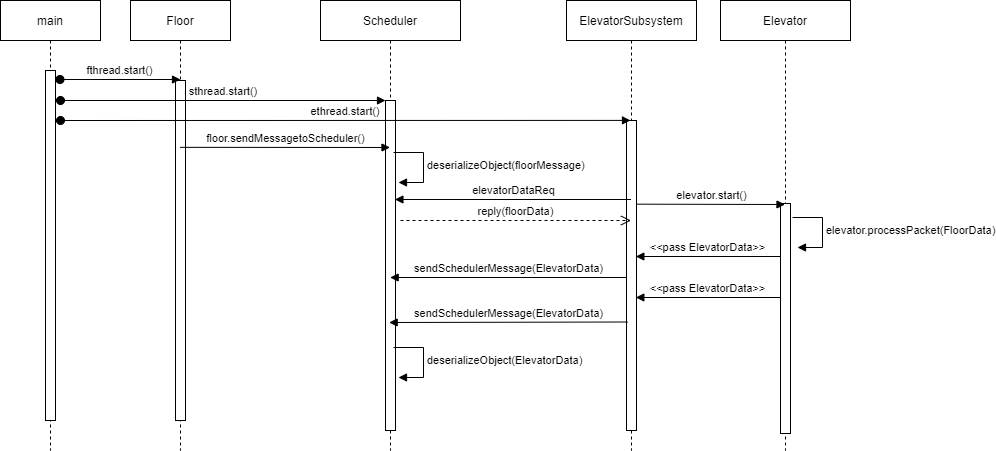
This is diagrams/Iteration3Sequence.png from slukic0/elevator, a draw.io export, as it was before one commit. Source tidied: cells renumbered, new cells last; positions are measured from the earlier drawing's top-left corner, leaving out a move shared by most shapes. Source of this version:
```xml
<mxGraphModel>
  <root>
    <mxCell id="0" />
    <mxCell id="1" parent="0" />
    <mxCell id="2" value="Floor" style="shape=umlLifeline;perimeter=lifelinePerimeter;rounded=0;shadow=0;strokeWidth=1;" parent="1" vertex="1">
      <mxGeometry x="130" width="100" height="450" as="geometry" />
    </mxCell>
    <mxCell id="3" style="perimeter=orthogonalPerimeter;rounded=0;shadow=0;strokeWidth=1;" parent="2" vertex="1">
      <mxGeometry x="45" y="80" width="10" height="340" as="geometry" />
    </mxCell>
    <mxCell id="4" value="ElevatorSubsystem" style="shape=umlLifeline;perimeter=lifelinePerimeter;rounded=0;shadow=0;strokeWidth=1;" parent="1" vertex="1">
      <mxGeometry x="566" width="130" height="450" as="geometry" />
    </mxCell>
    <mxCell id="5" style="perimeter=orthogonalPerimeter;rounded=0;shadow=0;strokeWidth=1;" parent="4" vertex="1">
      <mxGeometry x="60" y="120" width="10" height="310" as="geometry" />
    </mxCell>
    <mxCell id="6" value="Scheduler" style="shape=umlLifeline;perimeter=lifelinePerimeter;rounded=0;shadow=0;strokeWidth=1;" parent="1" vertex="1">
      <mxGeometry x="320" width="140" height="450" as="geometry" />
    </mxCell>
    <mxCell id="7" style="points=[];perimeter=orthogonalPerimeter;rounded=0;shadow=0;strokeWidth=1;" parent="6" vertex="1">
      <mxGeometry x="65" y="100" width="10" height="330" as="geometry" />
    </mxCell>
    <mxCell id="8" value="reply(floorData)" style="html=1;verticalAlign=bottom;endArrow=open;dashed=1;endSize=8;rounded=0;" parent="6" edge="1" target="4">
      <mxGeometry relative="1" as="geometry">
        <mxPoint x="80" y="220" as="sourcePoint" />
      </mxGeometry>
    </mxCell>
    <mxCell id="9" value="floor.sendMessagetoScheduler()" style="html=1;verticalAlign=bottom;endArrow=block;edgeStyle=elbowEdgeStyle;elbow=vertical;curved=0;rounded=0;" parent="1" edge="1">
      <mxGeometry relative="1" as="geometry">
        <mxPoint x="179.7" y="146.8" as="sourcePoint" />
        <mxPoint x="389.5" y="146.8" as="targetPoint" />
      </mxGeometry>
    </mxCell>
    <mxCell id="10" value="deserializeObject(floorMessage)" style="html=1;align=left;spacingLeft=2;endArrow=block;rounded=0;edgeStyle=orthogonalEdgeStyle;curved=0;rounded=0;" parent="1" edge="1">
      <mxGeometry relative="1" as="geometry">
        <mxPoint x="393" y="152" as="sourcePoint" />
        <mxPoint x="398" y="182" as="targetPoint" />
        <Array as="points">
          <mxPoint x="423" y="182" />
        </Array>
      </mxGeometry>
    </mxCell>
    <mxCell id="11" value="elevatorDataReq" style="html=1;verticalAlign=bottom;endArrow=block;edgeStyle=elbowEdgeStyle;elbow=vertical;curved=0;rounded=0;exitX=0.941;exitY=0.196;exitDx=0;exitDy=0;exitPerimeter=0;" parent="1" edge="1">
      <mxGeometry relative="1" as="geometry">
        <mxPoint x="630.5" y="199" as="sourcePoint" />
        <mxPoint x="394.4" y="198.6" as="targetPoint" />
      </mxGeometry>
    </mxCell>
    <mxCell id="12" value="elevator.processPacket(FloorData)" style="html=1;align=left;spacingLeft=2;endArrow=block;rounded=0;edgeStyle=orthogonalEdgeStyle;curved=0;rounded=0;" parent="1" edge="1">
      <mxGeometry relative="1" as="geometry">
        <mxPoint x="792" y="217" as="sourcePoint" />
        <mxPoint x="797" y="247" as="targetPoint" />
        <Array as="points">
          <mxPoint x="822" y="247" />
        </Array>
      </mxGeometry>
    </mxCell>
    <mxCell id="13" value="sendSchedulerMessage(ElevatorData)" style="html=1;verticalAlign=bottom;endArrow=block;edgeStyle=elbowEdgeStyle;elbow=vertical;curved=0;rounded=0;" parent="1" edge="1">
      <mxGeometry relative="1" as="geometry">
        <mxPoint x="626" y="277" as="sourcePoint" />
        <mxPoint x="389.7" y="276.8" as="targetPoint" />
      </mxGeometry>
    </mxCell>
    <mxCell id="14" value="sendSchedulerMessage(ElevatorData)" style="html=1;verticalAlign=bottom;endArrow=block;edgeStyle=elbowEdgeStyle;elbow=vertical;curved=0;rounded=0;exitX=0.104;exitY=0.43;exitDx=0;exitDy=0;exitPerimeter=0;" parent="1" edge="1">
      <mxGeometry relative="1" as="geometry">
        <mxPoint x="627" y="321.5" as="sourcePoint" />
        <mxPoint x="388.7" y="321.8" as="targetPoint" />
      </mxGeometry>
    </mxCell>
    <mxCell id="15" value="deserializeObject(ElevatorData)" style="html=1;align=left;spacingLeft=2;endArrow=block;rounded=0;edgeStyle=orthogonalEdgeStyle;curved=0;rounded=0;" parent="1" edge="1">
      <mxGeometry relative="1" as="geometry">
        <mxPoint x="393" y="347" as="sourcePoint" />
        <mxPoint x="398" y="377" as="targetPoint" />
        <Array as="points">
          <mxPoint x="423" y="377" />
        </Array>
      </mxGeometry>
    </mxCell>
    <mxCell id="16" value="Elevator" style="shape=umlLifeline;perimeter=lifelinePerimeter;rounded=0;shadow=0;strokeWidth=1;" parent="1" vertex="1">
      <mxGeometry x="720" width="130" height="450" as="geometry" />
    </mxCell>
    <mxCell id="17" style="perimeter=orthogonalPerimeter;rounded=0;shadow=0;strokeWidth=1;" parent="16" vertex="1">
      <mxGeometry x="60" y="203" width="10" height="230" as="geometry" />
    </mxCell>
    <mxCell id="18" value="elevator.start()" style="html=1;verticalAlign=bottom;endArrow=block;edgeStyle=elbowEdgeStyle;elbow=vertical;curved=0;rounded=0;" parent="1" edge="1">
      <mxGeometry relative="1" as="geometry">
        <mxPoint x="636" y="203.7" as="sourcePoint" />
        <mxPoint x="784.5" y="203.7" as="targetPoint" />
      </mxGeometry>
    </mxCell>
    <mxCell id="19" value="&amp;lt;&amp;lt;pass ElevatorData&amp;gt;&amp;gt;" style="html=1;verticalAlign=bottom;endArrow=block;edgeStyle=elbowEdgeStyle;elbow=vertical;curved=0;rounded=0;entryX=0.933;entryY=0.347;entryDx=0;entryDy=0;entryPerimeter=0;" parent="1" edge="1">
      <mxGeometry relative="1" as="geometry">
        <mxPoint x="780" y="256" as="sourcePoint" />
        <mxPoint x="635.3" y="256.5" as="targetPoint" />
      </mxGeometry>
    </mxCell>
    <mxCell id="20" value="&amp;lt;&amp;lt;pass ElevatorData&amp;gt;&amp;gt;" style="html=1;verticalAlign=bottom;endArrow=block;edgeStyle=elbowEdgeStyle;elbow=vertical;curved=0;rounded=0;entryX=0.933;entryY=0.347;entryDx=0;entryDy=0;entryPerimeter=0;" parent="1" edge="1">
      <mxGeometry relative="1" as="geometry">
        <mxPoint x="780" y="297" as="sourcePoint" />
        <mxPoint x="635.3" y="297.5" as="targetPoint" />
      </mxGeometry>
    </mxCell>
    <mxCell id="21" value="main" style="shape=umlLifeline;perimeter=lifelinePerimeter;rounded=0;shadow=0;strokeWidth=1;" parent="1" vertex="1">
      <mxGeometry width="100" height="450" as="geometry" />
    </mxCell>
    <mxCell id="22" style="perimeter=orthogonalPerimeter;rounded=0;shadow=0;strokeWidth=1;" parent="21" vertex="1">
      <mxGeometry x="45" y="70" width="10" height="350" as="geometry" />
    </mxCell>
    <mxCell id="23" value="fthread.start()" style="verticalAlign=bottom;startArrow=oval;endArrow=block;startSize=8;shadow=0;strokeWidth=1;" parent="21" edge="1">
      <mxGeometry relative="1" as="geometry">
        <mxPoint x="59.5" y="79" as="sourcePoint" />
        <mxPoint x="180" y="79" as="targetPoint" />
      </mxGeometry>
    </mxCell>
    <mxCell id="24" value="ethread.start()" style="verticalAlign=bottom;startArrow=oval;endArrow=block;startSize=8;shadow=0;strokeWidth=1;entryX=0.4;entryY=0.114;entryDx=0;entryDy=0;entryPerimeter=0;" parent="21" edge="1">
      <mxGeometry relative="1" as="geometry">
        <mxPoint x="60" y="120" as="sourcePoint" />
        <mxPoint x="630" y="119.9" as="targetPoint" />
      </mxGeometry>
    </mxCell>
    <mxCell id="25" value="sthread.start()" style="verticalAlign=bottom;startArrow=oval;endArrow=block;startSize=8;shadow=0;strokeWidth=1;" parent="1" edge="1" target="7">
      <mxGeometry relative="1" as="geometry">
        <mxPoint x="60" y="100" as="sourcePoint" />
      </mxGeometry>
    </mxCell>
  </root>
</mxGraphModel>
```
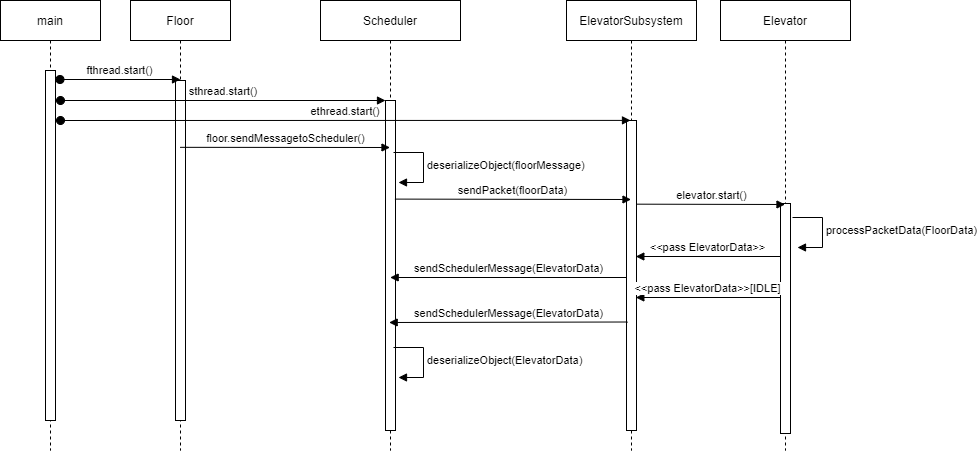
Above is the later version.

What changed in the source:
```diff
@@ -20,11 +20,6 @@
     <mxCell id="7" style="points=[];perimeter=orthogonalPerimeter;rounded=0;shadow=0;strokeWidth=1;" parent="6" vertex="1">
       <mxGeometry x="65" y="100" width="10" height="330" as="geometry" />
     </mxCell>
-    <mxCell id="8" value="reply(floorData)" style="html=1;verticalAlign=bottom;endArrow=open;dashed=1;endSize=8;rounded=0;" parent="6" edge="1" target="4">
-      <mxGeometry relative="1" as="geometry">
-        <mxPoint x="80" y="220" as="sourcePoint" />
-      </mxGeometry>
-    </mxCell>
     <mxCell id="9" value="floor.sendMessagetoScheduler()" style="html=1;verticalAlign=bottom;endArrow=block;edgeStyle=elbowEdgeStyle;elbow=vertical;curved=0;rounded=0;" parent="1" edge="1">
       <mxGeometry relative="1" as="geometry">
         <mxPoint x="179.7" y="146.8" as="sourcePoint" />
@@ -40,13 +35,13 @@
         </Array>
       </mxGeometry>
     </mxCell>
-    <mxCell id="11" value="elevatorDataReq" style="html=1;verticalAlign=bottom;endArrow=block;edgeStyle=elbowEdgeStyle;elbow=vertical;curved=0;rounded=0;exitX=0.941;exitY=0.196;exitDx=0;exitDy=0;exitPerimeter=0;" parent="1" edge="1">
+    <mxCell id="11" value="sendPacket(floorData)" style="html=1;verticalAlign=bottom;endArrow=block;edgeStyle=elbowEdgeStyle;elbow=vertical;curved=0;rounded=0;exitX=0.941;exitY=0.196;exitDx=0;exitDy=0;exitPerimeter=0;" parent="1" edge="1">
       <mxGeometry relative="1" as="geometry">
-        <mxPoint x="630.5" y="199" as="sourcePoint" />
-        <mxPoint x="394.4" y="198.6" as="targetPoint" />
+        <mxPoint x="394.4" y="198.6" as="sourcePoint" />
+        <mxPoint x="630.5" y="199" as="targetPoint" />
       </mxGeometry>
     </mxCell>
-    <mxCell id="12" value="elevator.processPacket(FloorData)" style="html=1;align=left;spacingLeft=2;endArrow=block;rounded=0;edgeStyle=orthogonalEdgeStyle;curved=0;rounded=0;" parent="1" edge="1">
+    <mxCell id="12" value="processPacketData(FloorData)" style="html=1;align=left;spacingLeft=2;endArrow=block;rounded=0;edgeStyle=orthogonalEdgeStyle;curved=0;rounded=0;" parent="1" edge="1">
       <mxGeometry relative="1" as="geometry">
         <mxPoint x="792" y="217" as="sourcePoint" />
         <mxPoint x="797" y="247" as="targetPoint" />
@@ -94,7 +89,7 @@
         <mxPoint x="635.3" y="256.5" as="targetPoint" />
       </mxGeometry>
     </mxCell>
-    <mxCell id="20" value="&amp;lt;&amp;lt;pass ElevatorData&amp;gt;&amp;gt;" style="html=1;verticalAlign=bottom;endArrow=block;edgeStyle=elbowEdgeStyle;elbow=vertical;curved=0;rounded=0;entryX=0.933;entryY=0.347;entryDx=0;entryDy=0;entryPerimeter=0;" parent="1" edge="1">
+    <mxCell id="20" value="&amp;lt;&amp;lt;pass ElevatorData&amp;gt;&amp;gt;[IDLE]" style="html=1;verticalAlign=bottom;endArrow=block;edgeStyle=elbowEdgeStyle;elbow=vertical;curved=0;rounded=0;entryX=0.933;entryY=0.347;entryDx=0;entryDy=0;entryPerimeter=0;" parent="1" edge="1">
       <mxGeometry relative="1" as="geometry">
         <mxPoint x="780" y="297" as="sourcePoint" />
         <mxPoint x="635.3" y="297.5" as="targetPoint" />
```
